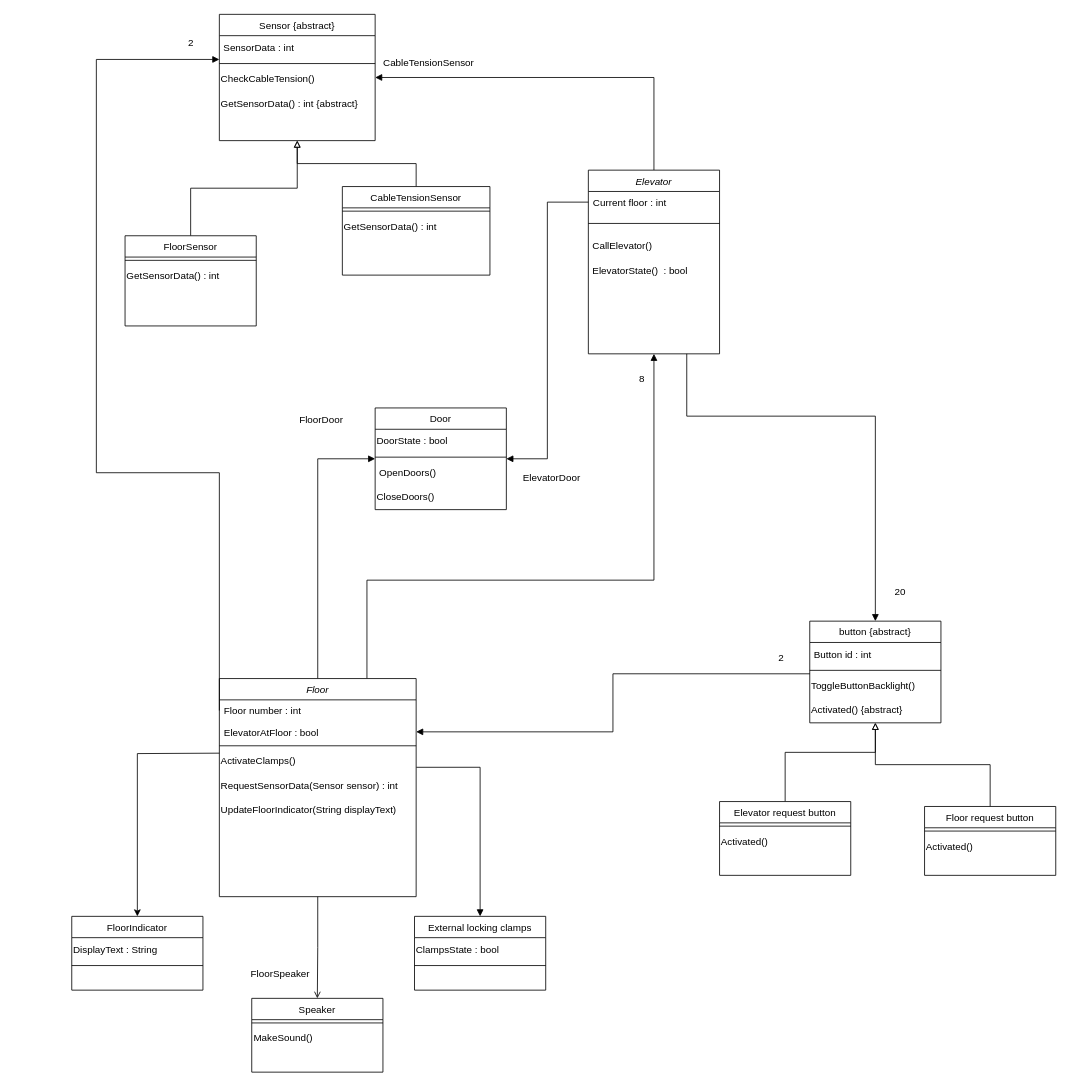
TiemonS/Tiemon-Steeghs-Semester-3-Repository keeps this draw.io diagram as Sofware Design/Elevator Challenge/Klassendiagram elevator.drawio. Above is the earlier version. Source tidied: cells renumbered, new cells numbered last; positions are measured from the earlier drawing's top-left corner, leaving out a move shared by most shapes. Both pictures are drawn from the tidied source at 82%, with x=0, y=0 at pixel (71, 14).
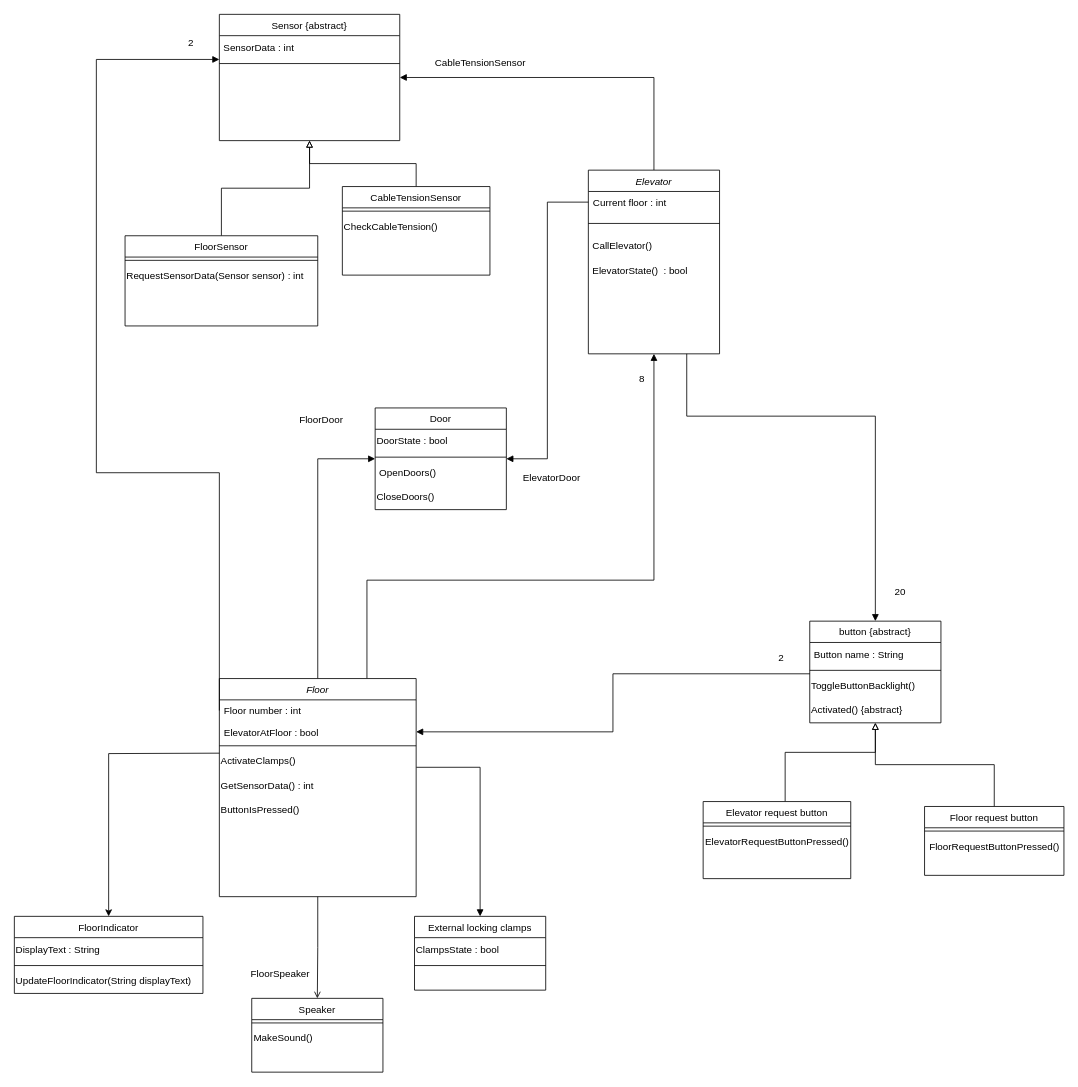
Above is the later version.

Unchanged cells that the change refers to:
```xml
<mxCell id="25" value="Floor" style="swimlane;fontStyle=2;align=center;verticalAlign=top;horizontal=1;startSize=26;rounded=0;shadow=0;strokeWidth=1;" parent="1" vertex="1">
  <mxGeometry x="180" y="810" width="240" height="266" as="geometry" />
</mxCell>
<mxCell id="40" value="CableTensionSensor" style="swimlane;fontStyle=0;align=center;verticalAlign=top;horizontal=1;startSize=26;rounded=0;shadow=0;strokeWidth=1;" parent="1" vertex="1">
  <mxGeometry x="330" y="210" width="180" height="108" as="geometry" />
</mxCell>
<mxCell id="50" value="button {abstract}" style="swimlane;fontStyle=0;align=center;verticalAlign=top;horizontal=1;startSize=26;rounded=0;shadow=0;strokeWidth=1;" parent="1" vertex="1">
  <mxGeometry x="900" y="740" width="160" height="124" as="geometry" />
</mxCell>
```

The edit, as a diff of the source:
```diff
@@
     <mxCell id="15" value="Elevator request button" style="swimlane;fontStyle=0;align=center;verticalAlign=top;horizontal=1;startSize=26;rounded=0;shadow=0;strokeWidth=1;" parent="1" vertex="1">
-      <mxGeometry x="790" y="960" width="160" height="90" as="geometry" />
+      <mxGeometry x="770" y="960" width="180" height="94" as="geometry" />
     </mxCell>
     <mxCell id="16" style="line;html=1;strokeWidth=1;align=left;verticalAlign=middle;spacingTop=-1;spacingLeft=3;spacingRight=3;labelPosition=right;" parent="15" vertex="1">
-      <mxGeometry y="26" width="160" height="8" as="geometry" />
+      <mxGeometry y="26" width="180" height="8" as="geometry" />
     </mxCell>
-    <mxCell id="17" value="Activated()&amp;nbsp;" style="text;html=1;align=left;verticalAlign=middle;strokeColor=none;fillColor=none;" parent="15" vertex="1">
-      <mxGeometry y="34" width="160" height="30" as="geometry" />
-    </mxCell>
+    <mxCell id="72" value="ElevatorRequestButtonPressed()" style="text;html=1;align=center;verticalAlign=middle;strokeColor=none;fillColor=none;" parent="15" vertex="1">
+      <mxGeometry y="34" width="180" height="30" as="geometry" />
+    </mxCell>
@@
     <mxCell id="19" value="Floor request button" style="swimlane;fontStyle=0;align=center;verticalAlign=top;horizontal=1;startSize=26;rounded=0;shadow=0;strokeWidth=1;" parent="1" vertex="1">
-      <mxGeometry x="1040" y="966" width="160" height="84" as="geometry" />
+      <mxGeometry x="1040" y="966" width="170" height="84" as="geometry" />
     </mxCell>
     <mxCell id="20" style="line;html=1;strokeWidth=1;align=left;verticalAlign=middle;spacingTop=-1;spacingLeft=3;spacingRight=3;labelPosition=right;" parent="19" vertex="1">
-      <mxGeometry y="26" width="160" height="8" as="geometry" />
+      <mxGeometry y="26" width="170" height="8" as="geometry" />
     </mxCell>
-    <mxCell id="21" value="Activated()" style="text;html=1;align=left;verticalAlign=middle;strokeColor=none;fillColor=none;" parent="19" vertex="1">
-      <mxGeometry y="34" width="160" height="30" as="geometry" />
-    </mxCell>
+    <mxCell id="73" value="FloorRequestButtonPressed()&lt;br&gt;" style="text;html=1;align=center;verticalAlign=middle;strokeColor=none;fillColor=none;" parent="19" vertex="1">
+      <mxGeometry y="34" width="170" height="30" as="geometry" />
+    </mxCell>
@@
-    <mxCell id="30" value="RequestSensorData(Sensor sensor) : int" style="text;html=1;align=left;verticalAlign=middle;strokeColor=none;fillColor=none;" parent="25" vertex="1">
-      <mxGeometry y="116" width="240" height="30" as="geometry" />
-    </mxCell>
-    <mxCell id="31" value="UpdateFloorIndicator(String displayText)" style="text;html=1;align=left;verticalAlign=middle;strokeColor=none;fillColor=none;" parent="25" vertex="1">
-      <mxGeometry y="146" width="240" height="30" as="geometry" />
-    </mxCell>
+    <mxCell id="42" value="GetSensorData() : int&amp;nbsp;" style="text;html=1;align=left;verticalAlign=middle;strokeColor=none;fillColor=none;" parent="25" vertex="1">
+      <mxGeometry y="116" width="240" height="30" as="geometry" />
+    </mxCell>
+    <mxCell id="74" value="ButtonIsPressed()" style="text;html=1;align=left;verticalAlign=middle;strokeColor=none;fillColor=none;" parent="25" vertex="1">
+      <mxGeometry y="146" width="240" height="30" as="geometry" />
+    </mxCell>
@@
     <mxCell id="33" value="FloorSensor" style="swimlane;fontStyle=0;align=center;verticalAlign=top;horizontal=1;startSize=26;rounded=0;shadow=0;strokeWidth=1;" parent="1" vertex="1">
-      <mxGeometry x="65" y="270" width="160" height="110" as="geometry" />
+      <mxGeometry x="65" y="270" width="235" height="110" as="geometry" />
     </mxCell>
     <mxCell id="34" style="line;html=1;strokeWidth=1;align=left;verticalAlign=middle;spacingTop=-1;spacingLeft=3;spacingRight=3;labelPosition=right;" parent="33" vertex="1">
-      <mxGeometry y="26" width="160" height="8" as="geometry" />
+      <mxGeometry y="26" width="235" height="8" as="geometry" />
     </mxCell>
-    <mxCell id="35" value="GetSensorData() : int&amp;nbsp;" style="text;html=1;align=left;verticalAlign=middle;strokeColor=none;fillColor=none;" parent="33" vertex="1">
-      <mxGeometry y="34" width="160" height="30" as="geometry" />
-    </mxCell>
+    <mxCell id="30" value="RequestSensorData(Sensor sensor) : int" style="text;html=1;align=left;verticalAlign=middle;strokeColor=none;fillColor=none;" parent="33" vertex="1">
+      <mxGeometry y="34" width="235" height="30" as="geometry" />
+    </mxCell>
@@
-    <mxCell id="42" value="GetSensorData() : int&amp;nbsp;" style="text;html=1;align=left;verticalAlign=middle;strokeColor=none;fillColor=none;" parent="40" vertex="1">
-      <mxGeometry y="34" width="180" height="30" as="geometry" />
-    </mxCell>
+    <mxCell id="58" value="CheckCableTension()" style="text;html=1;align=left;verticalAlign=middle;strokeColor=none;fillColor=none;" parent="40" vertex="1">
+      <mxGeometry y="34" width="180" height="30" as="geometry" />
+    </mxCell>
     <mxCell id="43" value="FloorIndicator" style="swimlane;fontStyle=0;align=center;verticalAlign=top;horizontal=1;startSize=26;rounded=0;shadow=0;strokeWidth=1;" parent="1" vertex="1">
-      <mxGeometry y="1100" width="160" height="90" as="geometry" />
+      <mxGeometry x="-70" y="1100" width="230" height="94" as="geometry" />
     </mxCell>
     <mxCell id="44" value="DisplayText : String" style="text;html=1;align=left;verticalAlign=middle;strokeColor=none;fillColor=none;" parent="43" vertex="1">
-      <mxGeometry y="26" width="160" height="30" as="geometry" />
+      <mxGeometry y="26" width="230" height="30" as="geometry" />
     </mxCell>
     <mxCell id="45" style="line;html=1;strokeWidth=1;align=left;verticalAlign=middle;spacingTop=-1;spacingLeft=3;spacingRight=3;labelPosition=right;" parent="43" vertex="1">
-      <mxGeometry y="56" width="160" height="8" as="geometry" />
+      <mxGeometry y="56" width="230" height="8" as="geometry" />
     </mxCell>
+    <mxCell id="31" value="UpdateFloorIndicator(String displayText)" style="text;html=1;align=left;verticalAlign=middle;strokeColor=none;fillColor=none;" parent="43" vertex="1">
+      <mxGeometry y="64" width="230" height="30" as="geometry" />
+    </mxCell>
@@
-    <mxCell id="51" value="&amp;nbsp;Button id : int" style="text;html=1;align=left;verticalAlign=middle;points=[];strokeColor=none;fillColor=none;" parent="50" vertex="1">
+    <mxCell id="51" value="&amp;nbsp;Button name : String" style="text;html=1;align=left;verticalAlign=middle;points=[];strokeColor=none;fillColor=none;" parent="50" vertex="1">
       <mxGeometry y="26" width="160" height="30" as="geometry" />
     </mxCell>
@@
     <mxCell id="55" value="Sensor {abstract}" style="swimlane;fontStyle=0;align=center;verticalAlign=top;horizontal=1;startSize=26;rounded=0;shadow=0;strokeWidth=1;" parent="1" vertex="1">
-      <mxGeometry x="180" width="190" height="154" as="geometry" />
+      <mxGeometry x="180" width="220" height="154" as="geometry" />
     </mxCell>
     <mxCell id="56" value="&amp;nbsp;SensorData : int" style="text;html=1;align=left;verticalAlign=middle;strokeColor=none;fillColor=none;" parent="55" vertex="1">
-      <mxGeometry y="26" width="190" height="30" as="geometry" />
+      <mxGeometry y="26" width="220" height="30" as="geometry" />
     </mxCell>
     <mxCell id="57" style="line;html=1;strokeWidth=1;align=left;verticalAlign=middle;spacingTop=-1;spacingLeft=3;spacingRight=3;labelPosition=right;" parent="55" vertex="1">
-      <mxGeometry y="56" width="190" height="8" as="geometry" />
+      <mxGeometry y="56" width="220" height="8" as="geometry" />
     </mxCell>
-    <mxCell id="58" value="CheckCableTension()" style="text;html=1;align=left;verticalAlign=middle;strokeColor=none;fillColor=none;" parent="55" vertex="1">
-      <mxGeometry y="64" width="190" height="30" as="geometry" />
-    </mxCell>
-    <mxCell id="59" value="GetSensorData() : int {abstract}" style="text;html=1;align=left;verticalAlign=middle;strokeColor=none;fillColor=none;" parent="55" vertex="1">
-      <mxGeometry y="94" width="190" height="30" as="geometry" />
-    </mxCell>
@@
     <mxCell id="68" value="CableTensionSensor" style="text;html=1;align=center;verticalAlign=middle;strokeColor=none;fillColor=none;" parent="1" vertex="1">
-      <mxGeometry x="370" y="45" width="130" height="30" as="geometry" />
+      <mxGeometry x="433" y="45" width="130" height="30" as="geometry" />
     </mxCell>
```
